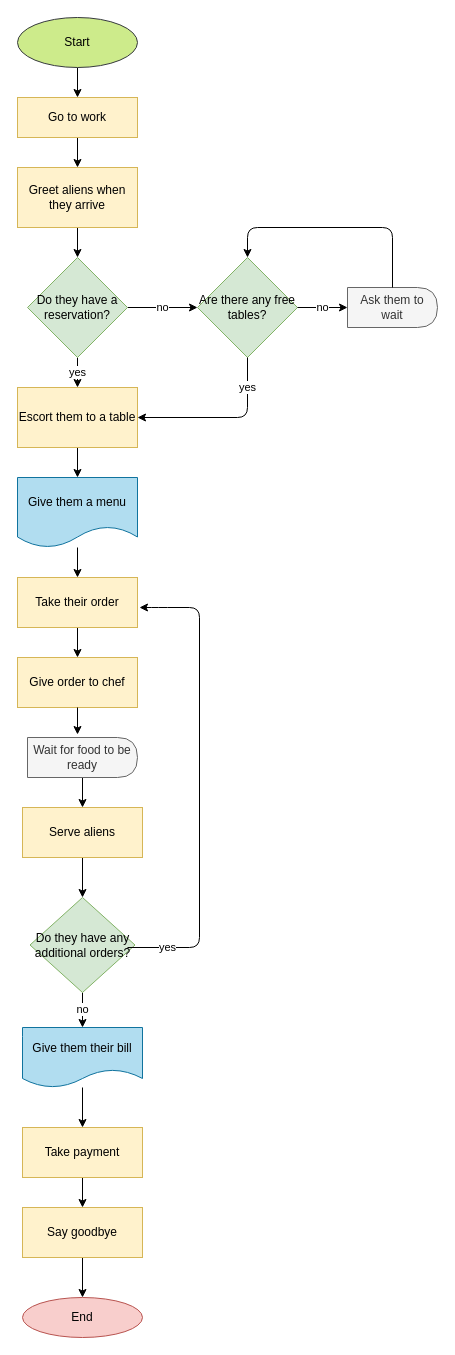
Before: waitress-restaurant.drawio in krenat19/restaurant-flowchart, a draw.io diagram. Source tidied: cells renumbered, new cells numbered last; positions are measured from the earlier drawing's top-left corner, leaving out a move shared by most shapes. Both pictures are drawn from the tidied source at 100%, with x=0, y=0 at pixel (17, 17).
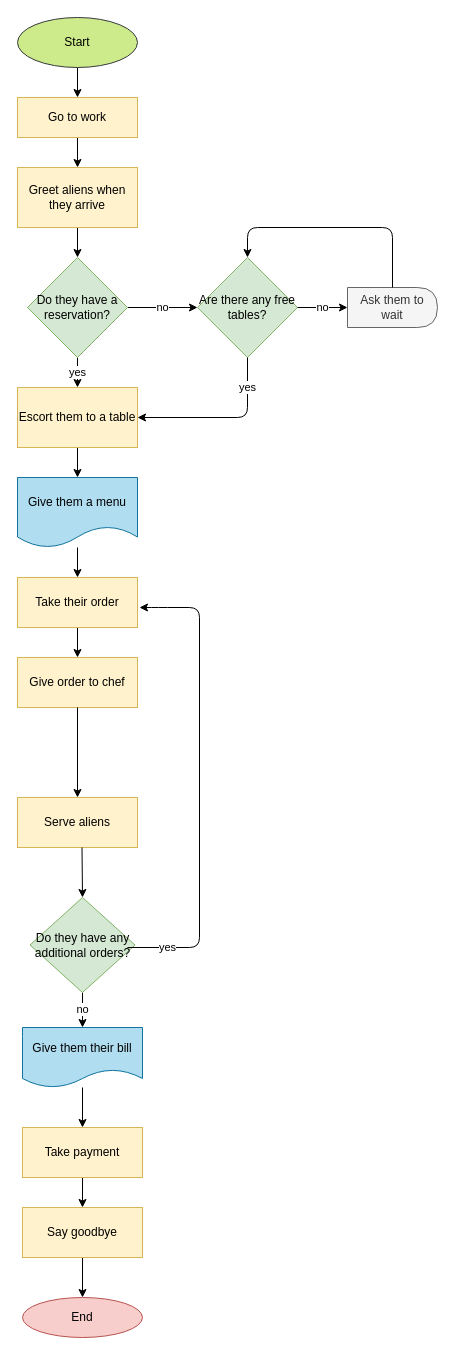
The same page after the edit.

Unchanged cells that the change refers to:
```xml
<mxCell id="22" value="Give order to chef" style="whiteSpace=wrap;html=1;strokeColor=#d6b656;fillColor=#fff2cc;" parent="1" vertex="1">
  <mxGeometry y="640" width="120" height="50" as="geometry" />
</mxCell>
<mxCell id="29" value="Do they have any additional orders?" style="rhombus;whiteSpace=wrap;html=1;strokeColor=#82b366;fillColor=#d5e8d4;" parent="1" vertex="1">
  <mxGeometry x="12.5" y="880" width="105" height="95" as="geometry" />
</mxCell>
```

Change to the diagram source:
```diff
@@
-    <mxCell id="23" style="edgeStyle=orthogonalEdgeStyle;rounded=0;jettySize=auto;html=1;" parent="1" edge="1" source="24" target="27">
-      <mxGeometry relative="1" as="geometry" />
-    </mxCell>
-    <mxCell id="24" value="Wait for food to be ready" style="shape=delay;whiteSpace=wrap;html=1;fillColor=#f5f5f5;strokeColor=#666666;fontColor=#333333;" parent="1" vertex="1">
-      <mxGeometry x="10" y="720" width="110" height="40" as="geometry" />
-    </mxCell>
     <mxCell id="25" style="endArrow=classic;html=1;exitX=0.5;exitY=1;exitDx=0;exitDy=0;" parent="1" edge="1" source="22">
       <mxGeometry relative="1" as="geometry">
-        <mxPoint x="60" y="717" as="targetPoint" />
+        <mxPoint x="60" y="780" as="targetPoint" />
       </mxGeometry>
     </mxCell>
-    <mxCell id="26" style="edgeStyle=orthogonalEdgeStyle;rounded=0;jettySize=auto;html=1;" parent="1" edge="1" source="27" target="29">
-      <mxGeometry relative="1" as="geometry" />
-    </mxCell>
     <mxCell id="27" value="Serve aliens" style="whiteSpace=wrap;html=1;strokeColor=#d6b656;fillColor=#fff2cc;" parent="1" vertex="1">
-      <mxGeometry x="5" y="790" width="120" height="50" as="geometry" />
+      <mxGeometry y="780" width="120" height="50" as="geometry" />
     </mxCell>
@@
+    <mxCell id="38" style="endArrow=classic;html=1;entryX=0.5;entryY=0;entryDx=0;entryDy=0;" parent="1" edge="1" target="29">
+      <mxGeometry relative="1" as="geometry">
+        <mxPoint x="64.5" y="830" as="sourcePoint" />
+      </mxGeometry>
+    </mxCell>
```
